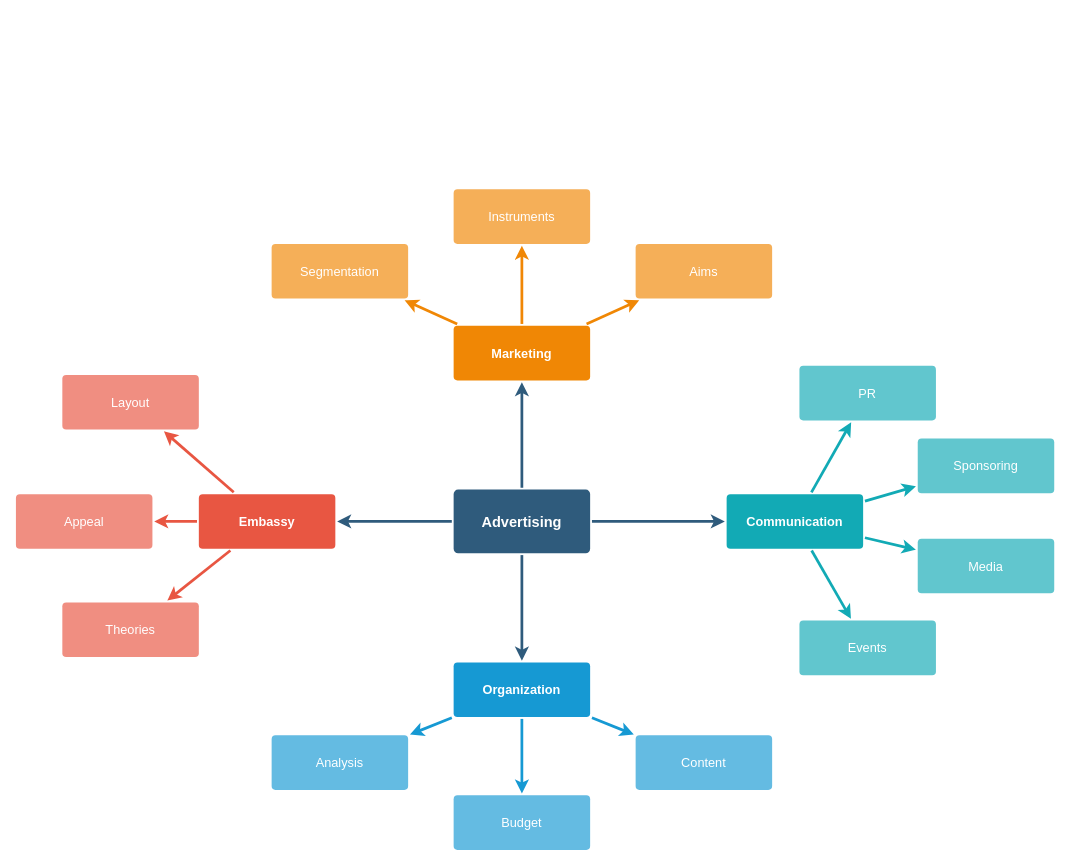
This is resources/application_performance.drawio from traeper/application_performance, a draw.io file, before an edit. Source tidied: cells renumbered, new cells numbered last; positions are measured from the earlier drawing's top-left corner, leaving out a move shared by most shapes. Both pictures are drawn from the tidied source at 91%, with x=0, y=0 at pixel (15, 188).
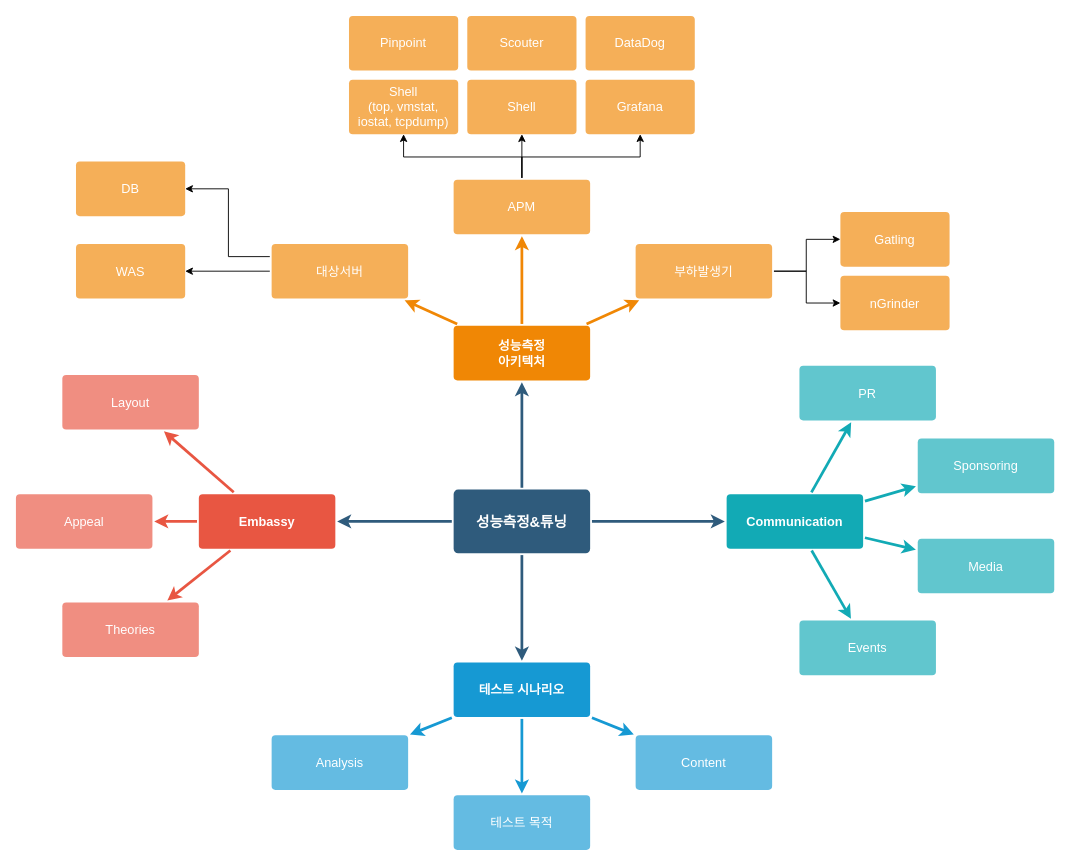
The same diagram, later.

Diff of the diagram source:
```diff
@@
-    <mxCell id="6" value="Advertising" style="rounded=1;whiteSpace=wrap;html=1;shadow=0;labelBackgroundColor=none;strokeColor=none;strokeWidth=3;fillColor=#2F5B7C;fontFamily=Helvetica;fontSize=16;fontColor=#FFFFFF;align=center;fontStyle=1;spacing=5;arcSize=7;perimeterSpacing=2;" parent="1" vertex="1">
+    <mxCell id="6" value="성능측정&amp;amp;튜닝" style="rounded=1;whiteSpace=wrap;html=1;shadow=0;labelBackgroundColor=none;strokeColor=none;strokeWidth=3;fillColor=#2F5B7C;fontFamily=Helvetica;fontSize=16;fontColor=#FFFFFF;align=center;fontStyle=1;spacing=5;arcSize=7;perimeterSpacing=2;" parent="1" vertex="1">
       <mxGeometry x="481" y="330.5" width="150" height="70" as="geometry" />
     </mxCell>
@@
-    <mxCell id="17" value="Organization" style="rounded=1;whiteSpace=wrap;html=1;shadow=0;labelBackgroundColor=none;strokeColor=none;strokeWidth=3;fillColor=#1699d3;fontFamily=Helvetica;fontSize=14;fontColor=#FFFFFF;align=center;spacing=5;fontStyle=1;arcSize=7;perimeterSpacing=2;" parent="1" vertex="1">
+    <mxCell id="17" value="테스트 시나리오" style="rounded=1;whiteSpace=wrap;html=1;shadow=0;labelBackgroundColor=none;strokeColor=none;strokeWidth=3;fillColor=#1699d3;fontFamily=Helvetica;fontSize=14;fontColor=#FFFFFF;align=center;spacing=5;fontStyle=1;arcSize=7;perimeterSpacing=2;" parent="1" vertex="1">
       <mxGeometry x="481" y="520.5" width="150" height="60" as="geometry" />
     </mxCell>
@@
-    <mxCell id="19" value="Budget" style="rounded=1;whiteSpace=wrap;html=1;shadow=0;labelBackgroundColor=none;strokeColor=none;strokeWidth=3;fillColor=#64bbe2;fontFamily=Helvetica;fontSize=14;fontColor=#FFFFFF;align=center;spacing=5;arcSize=7;perimeterSpacing=2;" parent="1" vertex="1">
+    <mxCell id="19" value="테스트 목적" style="rounded=1;whiteSpace=wrap;html=1;shadow=0;labelBackgroundColor=none;strokeColor=none;strokeWidth=3;fillColor=#64bbe2;fontFamily=Helvetica;fontSize=14;fontColor=#FFFFFF;align=center;spacing=5;arcSize=7;perimeterSpacing=2;" parent="1" vertex="1">
       <mxGeometry x="481" y="666.5" width="150" height="60" as="geometry" />
     </mxCell>
@@
-    <mxCell id="21" value="Marketing" style="rounded=1;whiteSpace=wrap;html=1;shadow=0;labelBackgroundColor=none;strokeColor=none;strokeWidth=3;fillColor=#F08705;fontFamily=Helvetica;fontSize=14;fontColor=#FFFFFF;align=center;spacing=5;fontStyle=1;arcSize=7;perimeterSpacing=2;" parent="1" vertex="1">
+    <mxCell id="21" value="성능측정&lt;br&gt;아키텍처" style="rounded=1;whiteSpace=wrap;html=1;shadow=0;labelBackgroundColor=none;strokeColor=none;strokeWidth=3;fillColor=#F08705;fontFamily=Helvetica;fontSize=14;fontColor=#FFFFFF;align=center;spacing=5;fontStyle=1;arcSize=7;perimeterSpacing=2;" parent="1" vertex="1">
       <mxGeometry x="481" y="150.5" width="150" height="60" as="geometry" />
     </mxCell>
+    <mxCell id="37" style="edgeStyle=orthogonalEdgeStyle;rounded=0;jettySize=auto;html=1;exitX=1;exitY=0.5;exitDx=0;exitDy=0;entryX=0;entryY=0.5;entryDx=0;entryDy=0;" parent="1" edge="1" source="22" target="52">
+      <mxGeometry relative="1" as="geometry" />
+    </mxCell>
-    <mxCell id="22" value="Aims&lt;br&gt;" style="rounded=1;whiteSpace=wrap;html=1;shadow=0;labelBackgroundColor=none;strokeColor=none;strokeWidth=3;fillColor=#f5af58;fontFamily=Helvetica;fontSize=14;fontColor=#FFFFFF;align=center;spacing=5;arcSize=7;perimeterSpacing=2;" parent="1" vertex="1">
+    <mxCell id="22" value="부하발생기" style="rounded=1;whiteSpace=wrap;html=1;shadow=0;labelBackgroundColor=none;strokeColor=none;strokeWidth=3;fillColor=#f5af58;fontFamily=Helvetica;fontSize=14;fontColor=#FFFFFF;align=center;spacing=5;arcSize=7;perimeterSpacing=2;" parent="1" vertex="1">
       <mxGeometry x="681" y="60.5" width="150" height="60" as="geometry" />
     </mxCell>
@@
+    <mxCell id="38" style="edgeStyle=orthogonalEdgeStyle;rounded=0;jettySize=auto;html=1;" parent="1" edge="1" source="24" target="49">
+      <mxGeometry relative="1" as="geometry" />
+    </mxCell>
+    <mxCell id="39" style="edgeStyle=orthogonalEdgeStyle;rounded=0;jettySize=auto;html=1;exitX=0.5;exitY=0;exitDx=0;exitDy=0;entryX=0.5;entryY=1;entryDx=0;entryDy=0;" parent="1" edge="1" source="24" target="50">
+      <mxGeometry relative="1" as="geometry" />
+    </mxCell>
+    <mxCell id="40" style="edgeStyle=orthogonalEdgeStyle;rounded=0;jettySize=auto;html=1;exitX=0.5;exitY=0;exitDx=0;exitDy=0;entryX=0.5;entryY=1;entryDx=0;entryDy=0;" parent="1" edge="1" source="24" target="48">
+      <mxGeometry relative="1" as="geometry" />
+    </mxCell>
-    <mxCell id="24" value="Instruments" style="rounded=1;whiteSpace=wrap;html=1;shadow=0;labelBackgroundColor=none;strokeColor=none;strokeWidth=3;fillColor=#f5af58;fontFamily=Helvetica;fontSize=14;fontColor=#FFFFFF;align=center;spacing=5;arcSize=7;perimeterSpacing=2;" parent="1" vertex="1">
-      <mxGeometry x="481" y="0.5" width="150" height="60" as="geometry" />
+    <mxCell id="24" value="APM" style="rounded=1;whiteSpace=wrap;html=1;shadow=0;labelBackgroundColor=none;strokeColor=none;strokeWidth=3;fillColor=#f5af58;fontFamily=Helvetica;fontSize=14;fontColor=#FFFFFF;align=center;spacing=5;arcSize=7;perimeterSpacing=2;" parent="1" vertex="1">
+      <mxGeometry x="481" y="-10" width="150" height="60" as="geometry" />
     </mxCell>
@@
+    <mxCell id="41" style="edgeStyle=orthogonalEdgeStyle;rounded=0;jettySize=auto;html=1;" parent="1" edge="1" source="26" target="44">
+      <mxGeometry relative="1" as="geometry" />
+    </mxCell>
+    <mxCell id="42" style="edgeStyle=orthogonalEdgeStyle;rounded=0;jettySize=auto;html=1;exitX=0;exitY=0.25;exitDx=0;exitDy=0;entryX=1;entryY=0.5;entryDx=0;entryDy=0;" parent="1" edge="1" source="26" target="43">
+      <mxGeometry relative="1" as="geometry" />
+    </mxCell>
-    <mxCell id="26" value="Segmentation" style="rounded=1;whiteSpace=wrap;html=1;shadow=0;labelBackgroundColor=none;strokeColor=none;strokeWidth=3;fillColor=#f5af58;fontFamily=Helvetica;fontSize=14;fontColor=#FFFFFF;align=center;spacing=5;arcSize=7;perimeterSpacing=2;" parent="1" vertex="1">
+    <mxCell id="26" value="대상서버" style="rounded=1;whiteSpace=wrap;html=1;shadow=0;labelBackgroundColor=none;strokeColor=none;strokeWidth=3;fillColor=#f5af58;fontFamily=Helvetica;fontSize=14;fontColor=#FFFFFF;align=center;spacing=5;arcSize=7;perimeterSpacing=2;" parent="1" vertex="1">
       <mxGeometry x="281" y="60.5" width="150" height="60" as="geometry" />
     </mxCell>
@@
+    <mxCell id="43" value="DB" style="whiteSpace=wrap;html=1;fontSize=14;fillColor=#f5af58;strokeColor=none;fontColor=#FFFFFF;rounded=1;shadow=0;labelBackgroundColor=none;strokeWidth=3;spacing=5;arcSize=7;" parent="1" vertex="1">
+      <mxGeometry x="66" y="-30" width="120" height="60" as="geometry" />
+    </mxCell>
+    <mxCell id="44" value="WAS" style="whiteSpace=wrap;html=1;fontSize=14;fillColor=#f5af58;strokeColor=none;fontColor=#FFFFFF;rounded=1;shadow=0;labelBackgroundColor=none;strokeWidth=3;spacing=5;arcSize=7;" parent="1" vertex="1">
+      <mxGeometry x="66" y="60.5" width="120" height="60" as="geometry" />
+    </mxCell>
+    <mxCell id="45" value="Pinpoint" style="whiteSpace=wrap;html=1;fontSize=14;fillColor=#f5af58;strokeColor=none;fontColor=#FFFFFF;rounded=1;shadow=0;labelBackgroundColor=none;strokeWidth=3;spacing=5;arcSize=7;" parent="1" vertex="1">
+      <mxGeometry x="366" y="-190" width="120" height="60" as="geometry" />
+    </mxCell>
+    <mxCell id="46" value="Scouter" style="whiteSpace=wrap;html=1;fontSize=14;fillColor=#f5af58;strokeColor=none;fontColor=#FFFFFF;rounded=1;shadow=0;labelBackgroundColor=none;strokeWidth=3;spacing=5;arcSize=7;" parent="1" vertex="1">
+      <mxGeometry x="496" y="-190" width="120" height="60" as="geometry" />
+    </mxCell>
+    <mxCell id="47" value="DataDog" style="whiteSpace=wrap;html=1;fontSize=14;fillColor=#f5af58;strokeColor=none;fontColor=#FFFFFF;rounded=1;shadow=0;labelBackgroundColor=none;strokeWidth=3;spacing=5;arcSize=7;" parent="1" vertex="1">
+      <mxGeometry x="626" y="-190" width="120" height="60" as="geometry" />
+    </mxCell>
+    <mxCell id="48" value="Shell&lt;br&gt;(top, vmstat, iostat, tcpdump)" style="whiteSpace=wrap;html=1;fontSize=14;fillColor=#f5af58;strokeColor=none;fontColor=#FFFFFF;rounded=1;shadow=0;labelBackgroundColor=none;strokeWidth=3;spacing=5;arcSize=7;" parent="1" vertex="1">
+      <mxGeometry x="366" y="-120" width="120" height="60" as="geometry" />
+    </mxCell>
+    <mxCell id="49" value="Shell" style="whiteSpace=wrap;html=1;fontSize=14;fillColor=#f5af58;strokeColor=none;fontColor=#FFFFFF;rounded=1;shadow=0;labelBackgroundColor=none;strokeWidth=3;spacing=5;arcSize=7;" parent="1" vertex="1">
+      <mxGeometry x="496" y="-120" width="120" height="60" as="geometry" />
+    </mxCell>
+    <mxCell id="50" value="Grafana" style="whiteSpace=wrap;html=1;fontSize=14;fillColor=#f5af58;strokeColor=none;fontColor=#FFFFFF;rounded=1;shadow=0;labelBackgroundColor=none;strokeWidth=3;spacing=5;arcSize=7;" parent="1" vertex="1">
+      <mxGeometry x="626" y="-120" width="120" height="60" as="geometry" />
+    </mxCell>
+    <mxCell id="51" value="Gatling" style="whiteSpace=wrap;html=1;fontSize=14;fillColor=#f5af58;strokeColor=none;fontColor=#FFFFFF;rounded=1;shadow=0;labelBackgroundColor=none;strokeWidth=3;spacing=5;arcSize=7;" parent="1" vertex="1">
+      <mxGeometry x="906" y="25.5" width="120" height="60" as="geometry" />
+    </mxCell>
+    <mxCell id="52" value="nGrinder" style="whiteSpace=wrap;html=1;fontSize=14;fillColor=#f5af58;strokeColor=none;fontColor=#FFFFFF;rounded=1;shadow=0;labelBackgroundColor=none;strokeWidth=3;spacing=5;arcSize=7;" parent="1" vertex="1">
+      <mxGeometry x="906" y="95.5" width="120" height="60" as="geometry" />
+    </mxCell>
+    <mxCell id="53" style="edgeStyle=orthogonalEdgeStyle;rounded=0;jettySize=auto;html=1;exitX=1;exitY=0.5;exitDx=0;exitDy=0;" parent="1" edge="1" source="22" target="51">
+      <mxGeometry relative="1" as="geometry" />
+    </mxCell>
```
